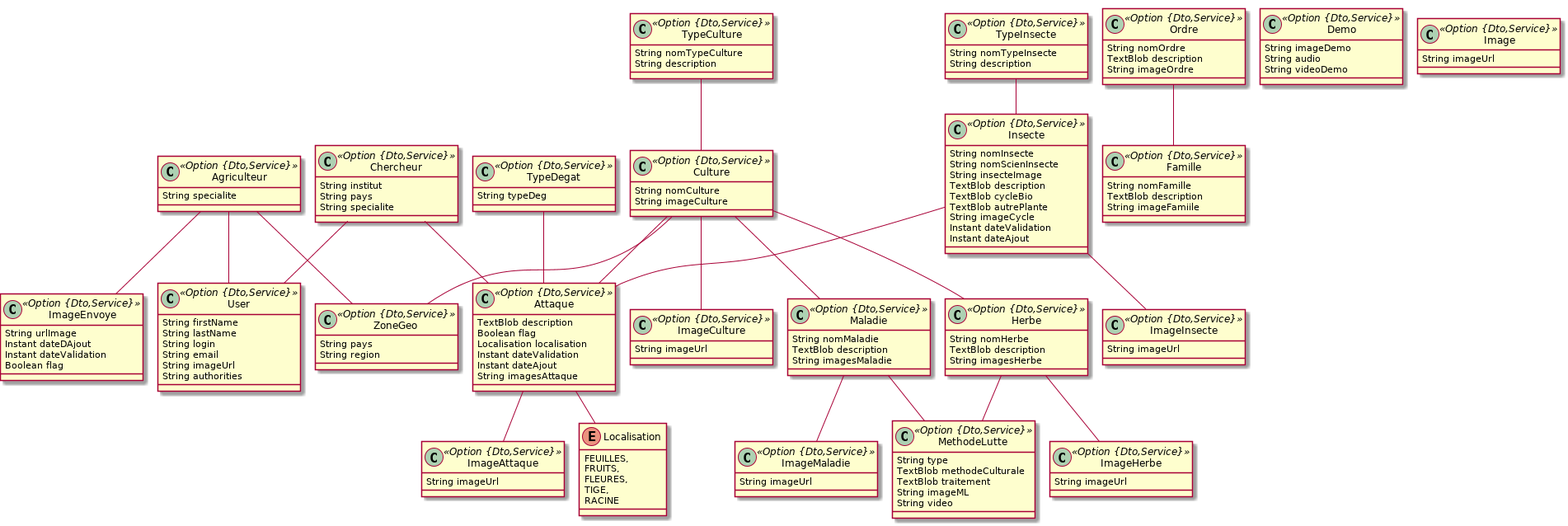
Before: model.png, a diagram exported from PlantUML (Mzbf/ArSATolProject).
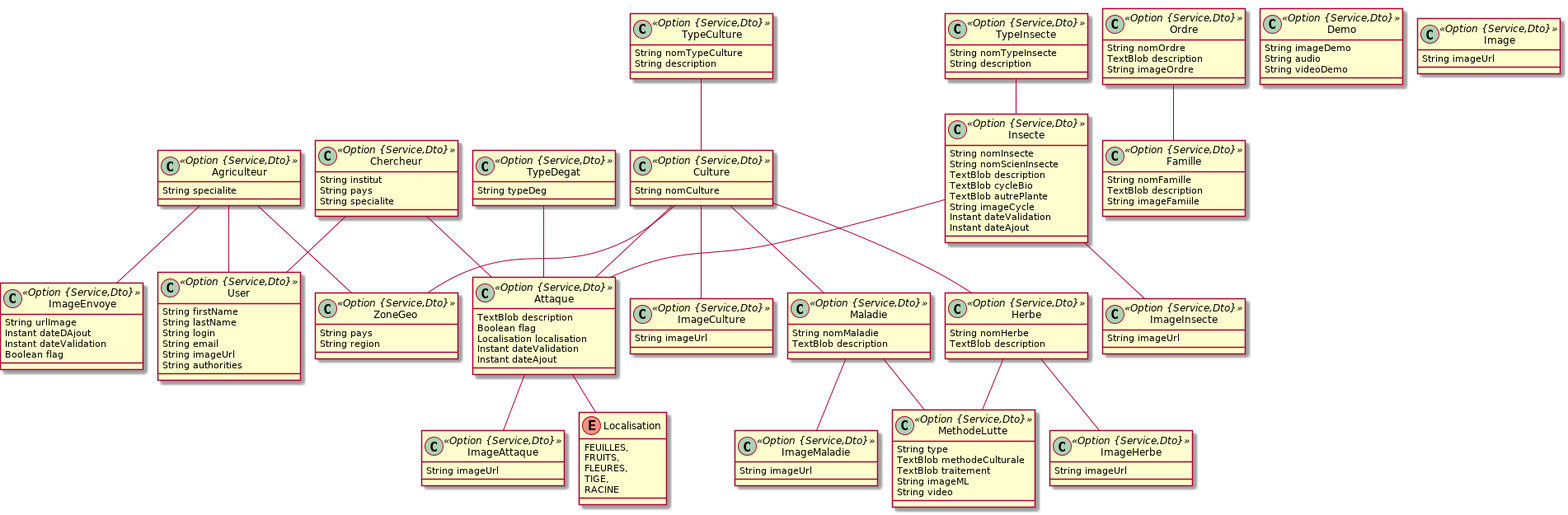
After the commit.

Commit message:
Last find-Attaque commit

Diff of the diagram source:
```diff
@@ -1,10 +1,9 @@
 @startuml
 	!pragma graphviz_dot jdot
 	!pragma syntax class
-	class Insecte <<Option {Dto,Service}>> {
+	class Insecte <<Option {Service,Dto}>> {
 		String nomInsecte
 		String nomScienInsecte
-		String insecteImage
 		TextBlob description
 		TextBlob cycleBio
 		TextBlob autrePlante
@@ -12,78 +11,74 @@
 		Instant dateValidation
 		Instant dateAjout
 	}
-	class TypeInsecte <<Option {Dto,Service}>> {
+	class TypeInsecte <<Option {Service,Dto}>> {
 		String nomTypeInsecte
 		String description
 	}
-	class Maladie <<Option {Dto,Service}>> {
+	class Maladie <<Option {Service,Dto}>> {
 		String nomMaladie
 		TextBlob description
-		String imagesMaladie
 	}
-	class Herbe <<Option {Dto,Service}>> {
+	class Herbe <<Option {Service,Dto}>> {
 		String nomHerbe
 		TextBlob description
-		String imagesHerbe
 	}
-	class Culture <<Option {Dto,Service}>> {
+	class Culture <<Option {Service,Dto}>> {
 		String nomCulture
-		String imageCulture
 	}
-	class TypeCulture <<Option {Dto,Service}>> {
+	class TypeCulture <<Option {Service,Dto}>> {
 		String nomTypeCulture
 		String description
 	}
-	class ZoneGeo <<Option {Dto,Service}>> {
+	class ZoneGeo <<Option {Service,Dto}>> {
 		String pays
 		String region
 	}
-	class Attaque <<Option {Dto,Service}>> {
+	class Attaque <<Option {Service,Dto}>> {
 		TextBlob description
 		Boolean flag
 		Localisation localisation
 		Instant dateValidation
 		Instant dateAjout
-		String imagesAttaque
 	}
 	Attaque ..> Localisation
-	class MethodeLutte <<Option {Dto,Service}>> {
+	class MethodeLutte <<Option {Service,Dto}>> {
 		String type
 		TextBlob methodeCulturale
 		TextBlob traitement
 		String imageML
 		String video
 	}
-	class ImageEnvoye <<Option {Dto,Service}>> {
+	class ImageEnvoye <<Option {Service,Dto}>> {
 		String urlImage
 		Instant dateDAjout
 		Instant dateValidation
 		Boolean flag
 	}
-	class Agriculteur <<Option {Dto,Service}>> {
+	class Agriculteur <<Option {Service,Dto}>> {
 		String specialite
 	}
-	class Chercheur <<Option {Dto,Service}>> {
+	class Chercheur <<Option {Service,Dto}>> {
 		String institut
 		String pays
 		String specialite
 	}
-	class Famille <<Option {Dto,Service}>> {
+	class Famille <<Option {Service,Dto}>> {
 		String nomFamille
 		TextBlob description
 		String imageFamiile
 	}
-	class Ordre <<Option {Dto,Service}>> {
+	class Ordre <<Option {Service,Dto}>> {
 		String nomOrdre
 		TextBlob description
 		String imageOrdre
 	}
-	class Demo <<Option {Dto,Service}>> {
+	class Demo <<Option {Service,Dto}>> {
 		String imageDemo
 		String audio
 		String videoDemo
 	}
-	class TypeDegat <<Option {Dto,Service}>> {
+	class TypeDegat <<Option {Service,Dto}>> {
 		String typeDeg
 	}
 	enum Localisation {
@@ -93,22 +88,22 @@
 		TIGE,
 		RACINE
 	}
-	class ImageCulture <<Option {Dto,Service}>> {
+	class ImageCulture <<Option {Service,Dto}>> {
 		String imageUrl
 	}
-	class ImageInsecte <<Option {Dto,Service}>> {
+	class ImageInsecte <<Option {Service,Dto}>> {
 		String imageUrl
 	}
-	class ImageAttaque <<Option {Dto,Service}>> {
+	class ImageAttaque <<Option {Service,Dto}>> {
 		String imageUrl
 	}
-	class ImageMaladie <<Option {Dto,Service}>> {
+	class ImageMaladie <<Option {Service,Dto}>> {
 		String imageUrl
 	}
-	class ImageHerbe <<Option {Dto,Service}>> {
+	class ImageHerbe <<Option {Service,Dto}>> {
 		String imageUrl
 	}
-	class Image <<Option {Dto,Service}>> {
+	class Image <<Option {Service,Dto}>> {
 		String imageUrl
 	}
 	Culture  "maladie 0..* " o--o "culture 0..* "  Maladie
@@ -132,7 +127,7 @@
 	Agriculteur  "agriculteur 0..1 " --o "0..* "  ImageEnvoye
 	Agriculteur  "user 0..1 " -- "0..1 "  User
 	Chercheur  "user 0..1 " -- "0..1 "  User
-	class User <<Option {Dto,Service}>> {
+	class User <<Option {Service,Dto}>> {
 		String firstName
 		String lastName
 		String login
```
